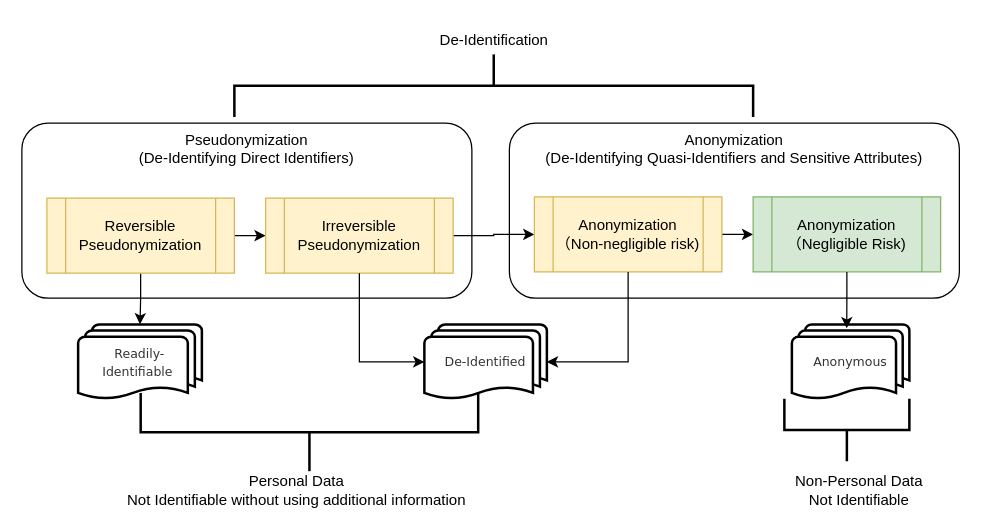
Before: input/images-source/relationships-between-concepts.drawio in IHE/ITI.DeIdHandbook, a draw.io diagram. Source tidied: cells renumbered, new cells numbered last; positions are measured from the earlier drawing's top-left corner, leaving out a move shared by most shapes. Both pictures are drawn from the tidied source at 125%, with x=0, y=0 at pixel (21, -175).
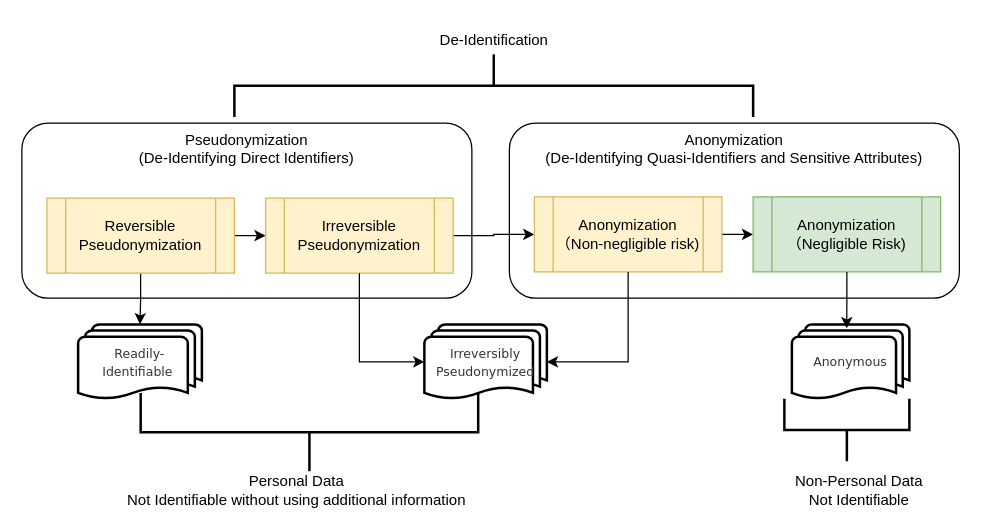
Above is the later version.

Commit message (it also covers changes not shown here):
replaced the term "de-identified" with "Irreversibly Pseudonymized"

Change to the diagram source:
```diff
@@
-    <mxCell id="19" value="&lt;span style=&quot;box-sizing: border-box; caret-color: rgb(51, 51, 51); color: rgb(51, 51, 51); font-family: verdana; text-align: start;&quot;&gt;&lt;font style=&quot;font-size: 10px;&quot;&gt;De-Identified&lt;/font&gt;&lt;/span&gt;" style="strokeWidth=2;html=1;shape=mxgraph.flowchart.multi-document;whiteSpace=wrap;" parent="1" vertex="1">
+    <mxCell id="19" value="&lt;span style=&quot;box-sizing: border-box; caret-color: rgb(51, 51, 51); color: rgb(51, 51, 51); font-family: verdana; text-align: start;&quot;&gt;&lt;font style=&quot;font-size: 10px;&quot;&gt;Irreversibly Pseudonymized&lt;/font&gt;&lt;/span&gt;" style="strokeWidth=2;html=1;shape=mxgraph.flowchart.multi-document;whiteSpace=wrap;" parent="1" vertex="1">
       <mxGeometry x="322" y="399" width="98" height="60" as="geometry" />
     </mxCell>
```
